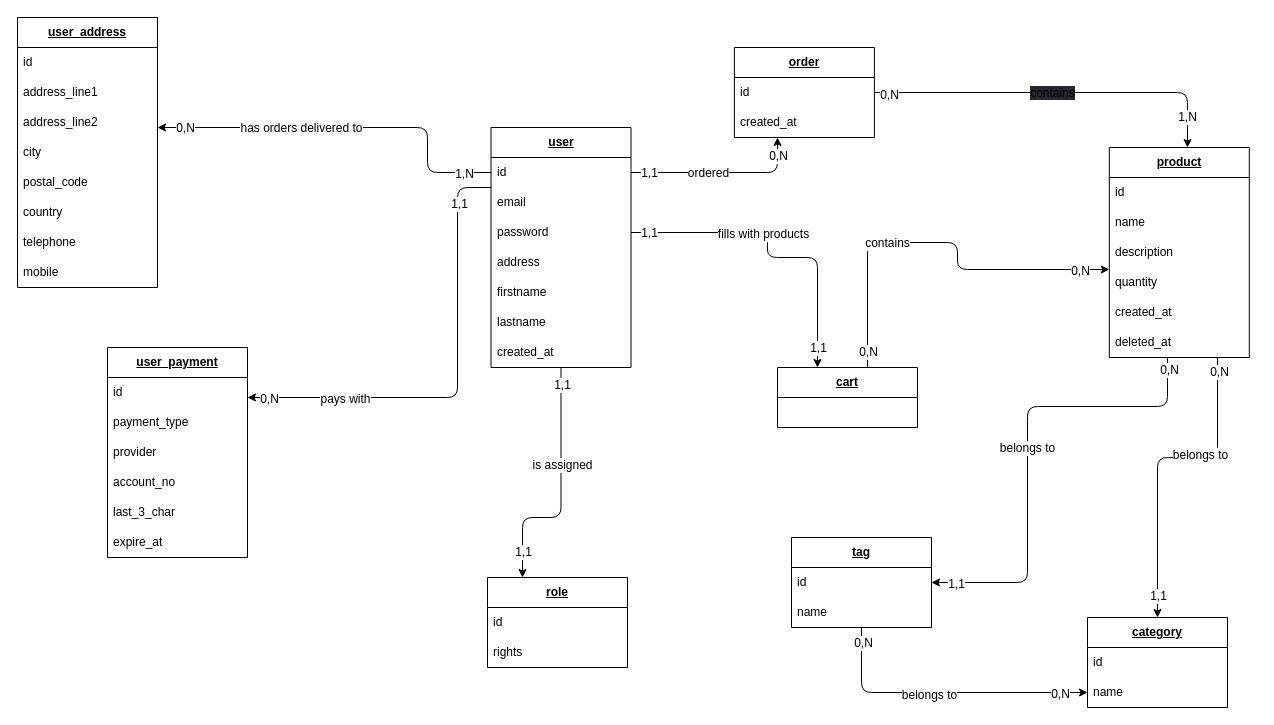
Before: mcd.drawio in felix-hauger/boutique-en-ligne, a draw.io diagram. Source tidied: cells renumbered, new cells numbered last; positions are measured from the earlier drawing's top-left corner, leaving out a move shared by most shapes. Both pictures are drawn from the tidied source at 100%, with x=0, y=0 at pixel (17, 17).
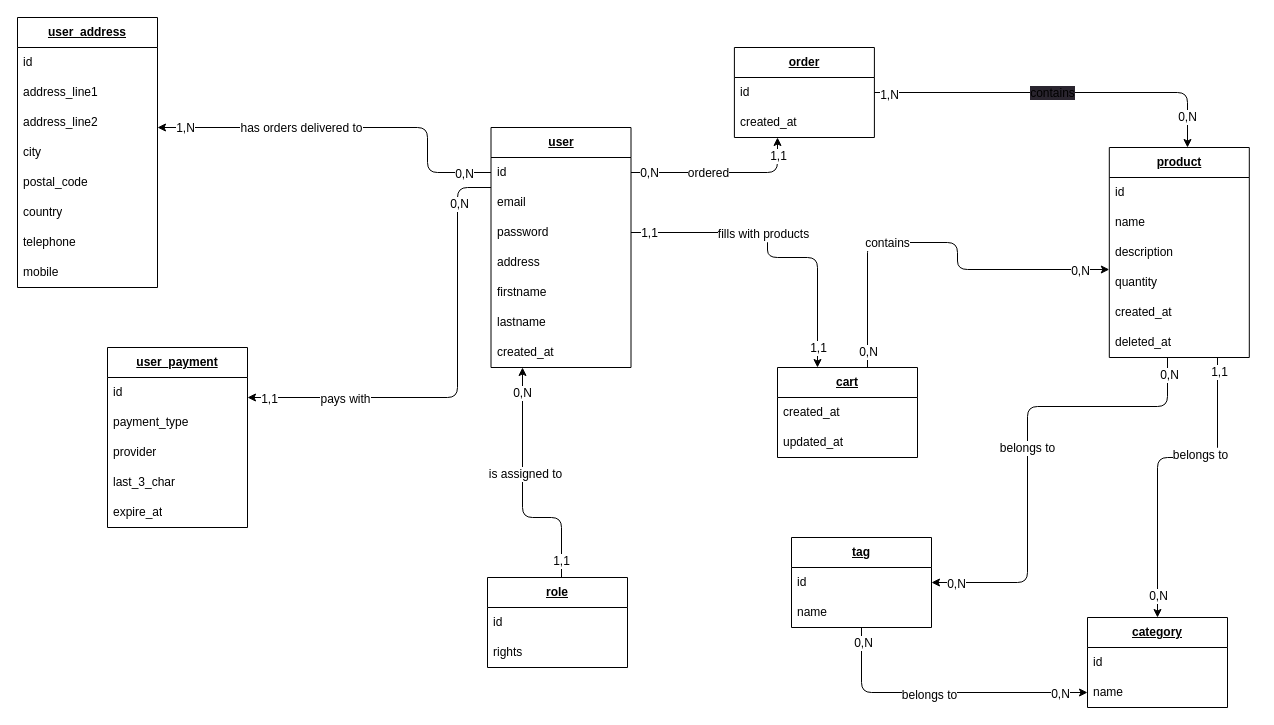
The same page after the edit.

Commit message:
MCD - added columns & fixed cardinalities

Unchanged cells that the change refers to:
```xml
<mxCell id="10" value="&lt;b&gt;&lt;u&gt;user&lt;/u&gt;&lt;/b&gt;" style="swimlane;fontStyle=0;horizontal=1;startSize=30;whiteSpace=wrap;html=1;" parent="1" vertex="1">
  <mxGeometry x="473.5" y="110" width="140" height="240" as="geometry" />
</mxCell>
<mxCell id="26" value="&lt;b&gt;&lt;u&gt;role&lt;br&gt;&lt;/u&gt;&lt;/b&gt;" style="swimlane;fontStyle=0;horizontal=1;startSize=30;whiteSpace=wrap;html=1;" parent="1" vertex="1">
  <mxGeometry x="470" y="560" width="140" height="90" as="geometry" />
</mxCell>
<mxCell id="53" style="edgeStyle=orthogonalEdgeStyle;rounded=1;html=1;strokeColor=default;" parent="1" edge="1" source="37" target="31">
  <mxGeometry relative="1" as="geometry">
    <Array as="points">
      <mxPoint x="1200" y="440" />
      <mxPoint x="1140" y="440" />
    </Array>
  </mxGeometry>
</mxCell>
<mxCell id="57" style="edgeStyle=orthogonalEdgeStyle;rounded=1;html=1;strokeColor=default;" parent="1" edge="1" source="19" target="37">
  <mxGeometry relative="1" as="geometry">
    <Array as="points">
      <mxPoint x="1170" y="75" />
    </Array>
  </mxGeometry>
</mxCell>
<mxCell id="61" style="edgeStyle=orthogonalEdgeStyle;rounded=1;html=1;strokeColor=default;fontSize=12;" parent="1" edge="1" source="10" target="18">
  <mxGeometry relative="1" as="geometry">
    <Array as="points">
      <mxPoint x="554" y="155" />
      <mxPoint x="760" y="155" />
      <mxPoint x="760" y="130" />
    </Array>
  </mxGeometry>
</mxCell>
<mxCell id="65" value="&lt;font style=&quot;font-size: 12px;&quot;&gt;belongs to&lt;/font&gt;" style="edgeStyle=orthogonalEdgeStyle;rounded=1;html=1;strokeColor=default;" parent="1" edge="1" source="37" target="46">
  <mxGeometry relative="1" as="geometry">
    <Array as="points">
      <mxPoint x="1150" y="389" />
      <mxPoint x="1010" y="389" />
      <mxPoint x="1010" y="565" />
    </Array>
  </mxGeometry>
</mxCell>
<mxCell id="84" style="edgeStyle=orthogonalEdgeStyle;html=1;" parent="1" edge="1" source="11" target="68">
  <mxGeometry relative="1" as="geometry">
    <Array as="points">
      <mxPoint x="410" y="155" />
      <mxPoint x="410" y="110" />
    </Array>
  </mxGeometry>
</mxCell>
<mxCell id="88" style="edgeStyle=orthogonalEdgeStyle;html=1;fontSize=12;" parent="1" edge="1" source="11" target="77">
  <mxGeometry relative="1" as="geometry">
    <Array as="points">
      <mxPoint x="440" y="170" />
      <mxPoint x="440" y="380" />
    </Array>
  </mxGeometry>
</mxCell>
```

What changed in the source:
```diff
@@
-    <mxCell id="6" style="edgeStyle=orthogonalEdgeStyle;rounded=1;html=1;entryX=0.25;entryY=0;entryDx=0;entryDy=0;strokeColor=default;fontSize=12;" parent="1" edge="1" source="10" target="26">
+    <mxCell id="6" style="edgeStyle=orthogonalEdgeStyle;rounded=1;html=1;strokeColor=default;fontSize=12;" parent="1" edge="1" source="26" target="10">
       <mxGeometry relative="1" as="geometry">
         <Array as="points">
           <mxPoint x="544" y="500" />
           <mxPoint x="505" y="500" />
         </Array>
       </mxGeometry>
     </mxCell>
-    <mxCell id="7" value="is assigned" style="edgeLabel;html=1;align=center;verticalAlign=middle;fontSize=12;" parent="6" vertex="1">
-      <mxGeometry x="-0.22" y="1" relative="1" as="geometry" />
+    <mxCell id="7" value="is assigned to" style="edgeLabel;html=1;align=center;verticalAlign=middle;fontSize=12;" parent="6" vertex="1">
+      <mxGeometry x="-0.22" y="1" relative="1" as="geometry">
+        <mxPoint y="-45" as="offset" />
+      </mxGeometry>
     </mxCell>
@@
-    <mxCell id="9" value="1,1" style="edgeLabel;html=1;align=center;verticalAlign=middle;fontSize=12;" parent="6" vertex="1">
+    <mxCell id="9" value="0,N" style="edgeLabel;html=1;align=center;verticalAlign=middle;fontSize=12;" parent="6" vertex="1">
       <mxGeometry x="0.86" y="1" relative="1" as="geometry">
-        <mxPoint x="-1" y="-8" as="offset" />
+        <mxPoint y="8" as="offset" />
       </mxGeometry>
     </mxCell>
@@
     <mxCell id="25" value="&lt;b&gt;&lt;u&gt;cart&lt;/u&gt;&lt;/b&gt;" style="swimlane;fontStyle=0;horizontal=1;startSize=30;whiteSpace=wrap;html=1;" parent="1" vertex="1">
-      <mxGeometry x="760" y="350" width="140" height="60" as="geometry" />
+      <mxGeometry x="760" y="350" width="140" height="90" as="geometry" />
     </mxCell>
+    <mxCell id="92" value="created_at" style="text;strokeColor=none;fillColor=none;align=left;verticalAlign=middle;spacingLeft=4;spacingRight=4;overflow=hidden;whiteSpace=wrap;html=1;" parent="25" vertex="1">
+      <mxGeometry y="30" width="140" height="30" as="geometry" />
+    </mxCell>
+    <mxCell id="93" value="updated_at" style="text;strokeColor=none;fillColor=none;align=left;verticalAlign=middle;spacingLeft=4;spacingRight=4;overflow=hidden;whiteSpace=wrap;html=1;" parent="25" vertex="1">
+      <mxGeometry y="60" width="140" height="30" as="geometry" />
+    </mxCell>
@@
-    <mxCell id="55" value="0,N" style="edgeLabel;html=1;align=center;verticalAlign=middle;fontSize=12;" parent="53" vertex="1">
+    <mxCell id="55" value="1,1" style="edgeLabel;html=1;align=center;verticalAlign=middle;fontSize=12;" parent="53" vertex="1">
       <mxGeometry x="-0.91" y="1" relative="1" as="geometry" />
     </mxCell>
-    <mxCell id="56" value="1,1" style="edgeLabel;html=1;align=center;verticalAlign=middle;fontSize=12;" parent="53" vertex="1">
+    <mxCell id="56" value="0,N" style="edgeLabel;html=1;align=center;verticalAlign=middle;fontSize=12;" parent="53" vertex="1">
       <mxGeometry x="0.86" relative="1" as="geometry" />
     </mxCell>
@@
-    <mxCell id="59" value="1,N" style="edgeLabel;html=1;align=center;verticalAlign=middle;fontSize=12;" parent="57" vertex="1">
+    <mxCell id="59" value="0,N" style="edgeLabel;html=1;align=center;verticalAlign=middle;fontSize=12;" parent="57" vertex="1">
       <mxGeometry x="0.92" y="1" relative="1" as="geometry">
         <mxPoint x="-2" y="-15" as="offset" />
       </mxGeometry>
     </mxCell>
-    <mxCell id="60" value="0,N" style="edgeLabel;html=1;align=center;verticalAlign=middle;fontSize=12;" parent="57" vertex="1">
+    <mxCell id="60" value="1,N" style="edgeLabel;html=1;align=center;verticalAlign=middle;fontSize=12;" parent="57" vertex="1">
       <mxGeometry x="-0.92" y="-2" relative="1" as="geometry" />
     </mxCell>
@@
-    <mxCell id="63" value="1,1" style="edgeLabel;html=1;align=center;verticalAlign=middle;fontSize=12;" parent="61" vertex="1">
+    <mxCell id="63" value="0,N" style="edgeLabel;html=1;align=center;verticalAlign=middle;fontSize=12;" parent="61" vertex="1">
       <mxGeometry x="-0.89" y="-1" relative="1" as="geometry">
         <mxPoint x="8" y="-1" as="offset" />
       </mxGeometry>
     </mxCell>
-    <mxCell id="64" value="0,N" style="edgeLabel;html=1;align=center;verticalAlign=middle;fontSize=12;" parent="61" vertex="1">
+    <mxCell id="64" value="1,1" style="edgeLabel;html=1;align=center;verticalAlign=middle;fontSize=12;" parent="61" vertex="1">
       <mxGeometry x="0.8" relative="1" as="geometry" />
     </mxCell>
@@
     <mxCell id="66" value="0,N" style="edgeLabel;html=1;align=center;verticalAlign=middle;fontSize=12;" parent="65" vertex="1">
-      <mxGeometry x="-0.95" y="1" relative="1" as="geometry" />
+      <mxGeometry x="-0.95" y="1" relative="1" as="geometry">
+        <mxPoint y="5" as="offset" />
+      </mxGeometry>
     </mxCell>
-    <mxCell id="67" value="1,1" style="edgeLabel;html=1;align=center;verticalAlign=middle;fontSize=12;" parent="65" vertex="1">
+    <mxCell id="67" value="0,N" style="edgeLabel;html=1;align=center;verticalAlign=middle;fontSize=12;" parent="65" vertex="1">
       <mxGeometry x="0.94" y="1" relative="1" as="geometry">
         <mxPoint x="10" as="offset" />
       </mxGeometry>
     </mxCell>
@@
     <mxCell id="77" value="&lt;b&gt;&lt;u&gt;user_payment&lt;br&gt;&lt;/u&gt;&lt;/b&gt;" style="swimlane;fontStyle=0;horizontal=1;startSize=30;whiteSpace=wrap;html=1;" parent="1" vertex="1">
-      <mxGeometry x="90" y="330" width="140" height="210" as="geometry" />
+      <mxGeometry x="90" y="330" width="140" height="180" as="geometry" />
     </mxCell>
@@
-    <mxCell id="81" value="account_no" style="text;strokeColor=none;fillColor=none;align=left;verticalAlign=middle;spacingLeft=4;spacingRight=4;overflow=hidden;whiteSpace=wrap;html=1;" parent="77" vertex="1">
-      <mxGeometry y="120" width="140" height="30" as="geometry" />
-    </mxCell>
     <mxCell id="82" value="last_3_char" style="text;strokeColor=none;fillColor=none;align=left;verticalAlign=middle;spacingLeft=4;spacingRight=4;overflow=hidden;whiteSpace=wrap;html=1;" parent="77" vertex="1">
-      <mxGeometry y="150" width="140" height="30" as="geometry" />
+      <mxGeometry y="120" width="140" height="30" as="geometry" />
     </mxCell>
     <mxCell id="83" value="expire_at" style="text;strokeColor=none;fillColor=none;align=left;verticalAlign=middle;spacingLeft=4;spacingRight=4;overflow=hidden;whiteSpace=wrap;html=1;" parent="77" vertex="1">
-      <mxGeometry y="180" width="140" height="30" as="geometry" />
+      <mxGeometry y="150" width="140" height="30" as="geometry" />
     </mxCell>
@@
-    <mxCell id="86" value="0,N" style="edgeLabel;html=1;align=center;verticalAlign=middle;fontSize=12;" parent="84" vertex="1">
+    <mxCell id="86" value="1,N" style="edgeLabel;html=1;align=center;verticalAlign=middle;fontSize=12;" parent="84" vertex="1">
       <mxGeometry x="0.91" y="2" relative="1" as="geometry">
         <mxPoint x="10" y="-2" as="offset" />
       </mxGeometry>
     </mxCell>
-    <mxCell id="87" value="1,N" style="edgeLabel;html=1;align=center;verticalAlign=middle;fontSize=12;" parent="84" vertex="1">
+    <mxCell id="87" value="0,N" style="edgeLabel;html=1;align=center;verticalAlign=middle;fontSize=12;" parent="84" vertex="1">
       <mxGeometry x="-0.92" y="2" relative="1" as="geometry">
         <mxPoint x="-12" y="-1" as="offset" />
       </mxGeometry>
     </mxCell>
@@
-    <mxCell id="90" value="0,N" style="edgeLabel;html=1;align=center;verticalAlign=middle;fontSize=12;" parent="88" vertex="1">
+    <mxCell id="90" value="1,1" style="edgeLabel;html=1;align=center;verticalAlign=middle;fontSize=12;" parent="88" vertex="1">
       <mxGeometry x="0.93" y="1" relative="1" as="geometry">
         <mxPoint x="6" as="offset" />
       </mxGeometry>
     </mxCell>
-    <mxCell id="91" value="1,1" style="edgeLabel;html=1;align=center;verticalAlign=middle;fontSize=12;" parent="88" vertex="1">
+    <mxCell id="91" value="0,N" style="edgeLabel;html=1;align=center;verticalAlign=middle;fontSize=12;" parent="88" vertex="1">
       <mxGeometry x="-0.78" y="1" relative="1" as="geometry" />
     </mxCell>
```
